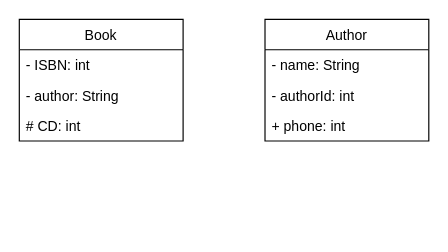
Above: Question2.drawio in natasha-amiera/Week2ClassDiagram (draw.io), before the change. Source tidied: cells renumbered, new cells numbered last; positions are measured from the earlier drawing's top-left corner, leaving out a move shared by most shapes. Both pictures are drawn from the tidied source at 117%, with x=0, y=0 at pixel (19, 19).
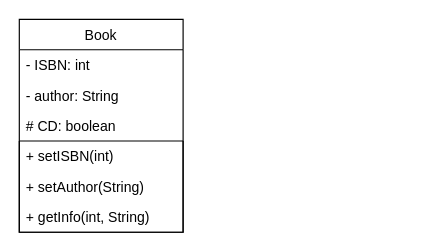
The same page after the edit.

What changed in the source:
```diff
@@
 <mxGraphModel>
   <root>
     <mxCell id="0" />
     <mxCell id="1" parent="0" />
     <mxCell id="2" value="Book" style="swimlane;fontStyle=0;horizontal=1;startSize=26;fillColor=none;" parent="1" vertex="1">
-      <mxGeometry width="140" height="104" as="geometry" />
+      <mxGeometry width="140" height="182" as="geometry" />
     </mxCell>
     <mxCell id="3" value="- ISBN: int" style="text;strokeColor=none;fillColor=none;align=left;verticalAlign=top;spacingLeft=4;spacingRight=4;overflow=hidden;" parent="2" vertex="1">
       <mxGeometry y="26" width="140" height="26" as="geometry" />
     </mxCell>
     <mxCell id="4" value="- author: String" style="text;strokeColor=none;fillColor=none;align=left;verticalAlign=top;spacingLeft=4;spacingRight=4;overflow=hidden;" parent="2" vertex="1">
       <mxGeometry y="52" width="140" height="26" as="geometry" />
     </mxCell>
-    <mxCell id="5" value="# CD: int" style="text;strokeColor=none;fillColor=none;align=left;verticalAlign=top;spacingLeft=4;spacingRight=4;overflow=hidden;" parent="2" vertex="1">
+    <mxCell id="5" value="# CD: boolean" style="text;strokeColor=none;fillColor=none;align=left;verticalAlign=top;spacingLeft=4;spacingRight=4;overflow=hidden;" parent="2" vertex="1">
       <mxGeometry y="78" width="140" height="26" as="geometry" />
     </mxCell>
-    <mxCell id="6" value="Author" style="swimlane;fontStyle=0;horizontal=1;startSize=26;fillColor=none;" parent="1" vertex="1">
-      <mxGeometry x="210" width="140" height="104" as="geometry" />
-    </mxCell>
-    <mxCell id="7" value="- name: String" style="text;strokeColor=none;fillColor=none;align=left;verticalAlign=top;spacingLeft=4;spacingRight=4;overflow=hidden;" parent="6" vertex="1">
-      <mxGeometry y="26" width="140" height="26" as="geometry" />
-    </mxCell>
-    <mxCell id="8" value="- authorId: int" style="text;strokeColor=none;fillColor=none;align=left;verticalAlign=top;spacingLeft=4;spacingRight=4;overflow=hidden;" parent="6" vertex="1">
-      <mxGeometry y="52" width="140" height="26" as="geometry" />
-    </mxCell>
-    <mxCell id="9" value="+ phone: int" style="text;strokeColor=none;fillColor=none;align=left;verticalAlign=top;spacingLeft=4;spacingRight=4;overflow=hidden;" parent="6" vertex="1">
-      <mxGeometry y="78" width="140" height="26" as="geometry" />
-    </mxCell>
+    <mxCell id="10" style="swimlane;fontStyle=0;horizontal=1;startSize=0;fillColor=none;" parent="2" vertex="1">
+      <mxGeometry y="104" width="140" height="78" as="geometry" />
+    </mxCell>
+    <mxCell id="11" value="+ setISBN(int)" style="text;strokeColor=none;fillColor=none;align=left;verticalAlign=top;spacingLeft=4;spacingRight=4;overflow=hidden;" parent="10" vertex="1">
+      <mxGeometry width="140" height="26" as="geometry" />
+    </mxCell>
+    <mxCell id="12" value="+ setAuthor(String)" style="text;strokeColor=none;fillColor=none;align=left;verticalAlign=top;spacingLeft=4;spacingRight=4;overflow=hidden;" parent="10" vertex="1">
+      <mxGeometry y="26" width="140" height="26" as="geometry" />
+    </mxCell>
+    <mxCell id="13" value="+ getInfo(int, String)" style="text;strokeColor=none;fillColor=none;align=left;verticalAlign=top;spacingLeft=4;spacingRight=4;overflow=hidden;" parent="10" vertex="1">
+      <mxGeometry y="52" width="140" height="26" as="geometry" />
+    </mxCell>
   </root>
 </mxGraphModel>
```
